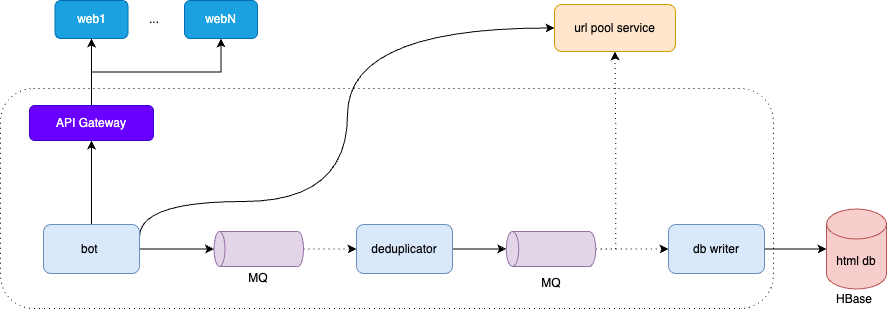
The draw.io diagram pictures/bot/bot_service.drawio.png in alikWu/system-design, before a commit. Source tidied: cells renumbered, new cells last; positions are measured from the earlier drawing's top-left corner, leaving out a move shared by most shapes.
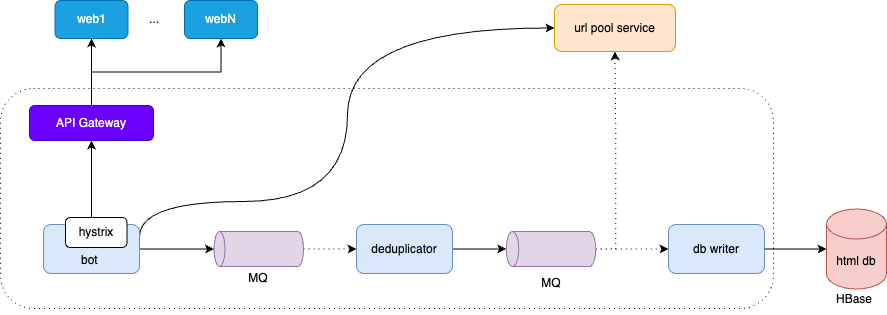
After the change.

What changed in the source:
```diff
@@ -20,7 +20,7 @@
     <mxCell id="5" style="edgeStyle=orthogonalEdgeStyle;rounded=0;jettySize=auto;html=1;exitX=0.5;exitY=0;exitDx=0;exitDy=0;entryX=0.5;entryY=1;entryDx=0;entryDy=0;" parent="1" edge="1" source="6" target="25">
       <mxGeometry relative="1" as="geometry" />
     </mxCell>
-    <mxCell id="6" value="bot&amp;nbsp;" style="rounded=1;whiteSpace=wrap;html=1;fillColor=#dae8fc;strokeColor=#6c8ebf;" parent="1" vertex="1">
+    <mxCell id="6" style="rounded=1;whiteSpace=wrap;html=1;fillColor=#dae8fc;strokeColor=#6c8ebf;" parent="1" vertex="1">
       <mxGeometry x="43" y="224" width="96" height="49" as="geometry" />
     </mxCell>
     <mxCell id="7" style="edgeStyle=orthogonalEdgeStyle;rounded=0;jettySize=auto;html=1;exitX=1;exitY=0.5;exitDx=0;exitDy=0;" parent="1" edge="1" source="8" target="20">
@@ -83,5 +83,11 @@
     <mxCell id="26" value="HBase" style="text;html=1;align=center;verticalAlign=middle;whiteSpace=wrap;rounded=0;" parent="1" vertex="1">
       <mxGeometry x="824" y="284" width="60" height="30" as="geometry" />
     </mxCell>
+    <mxCell id="27" value="bot&amp;nbsp;" style="text;html=1;align=center;verticalAlign=middle;whiteSpace=wrap;rounded=0;" parent="1" vertex="1">
+      <mxGeometry x="61" y="245" width="60" height="30" as="geometry" />
+    </mxCell>
+    <mxCell id="28" value="hystrix" style="rounded=1;whiteSpace=wrap;html=1;" parent="1" vertex="1">
+      <mxGeometry x="65" y="217" width="61.5" height="30" as="geometry" />
+    </mxCell>
   </root>
 </mxGraphModel>
```
